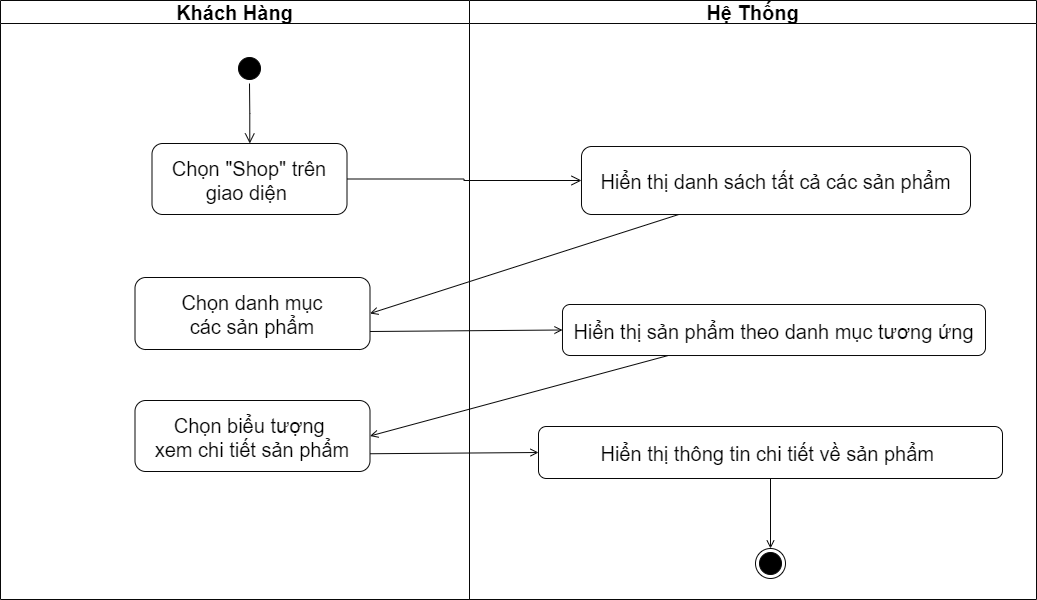
Before: SODO/HoatDong/XemSP.drawio.png, a diagram exported from draw.io (khuevotan/TaiCamRanh_DATN). Source tidied: cells renumbered, new cells last; positions are measured from the earlier drawing's top-left corner, leaving out a move shared by most shapes. The source it was exported from:
```xml
<mxGraphModel>
  <root>
    <mxCell id="0" />
    <mxCell id="1" parent="0" />
    <mxCell id="2" value="Khách Hàng" style="swimlane;whiteSpace=wrap;strokeColor=#080808;fontSize=20;" parent="1" vertex="1">
      <mxGeometry width="469" height="599" as="geometry" />
    </mxCell>
    <mxCell id="3" style="ellipse;shape=startState;fillColor=#000000;strokeColor=#080808;fontSize=20;" parent="2" vertex="1">
      <mxGeometry x="234" y="53" width="30" height="30" as="geometry" />
    </mxCell>
    <mxCell id="4" style="edgeStyle=elbowEdgeStyle;elbow=horizontal;verticalAlign=bottom;endArrow=open;endSize=8;strokeColor=#080808;endFill=1;rounded=0;fontSize=20;" parent="2" edge="1" source="3" target="5">
      <mxGeometry x="100" y="40" as="geometry" />
    </mxCell>
    <mxCell id="5" value="Chọn &quot;Shop&quot; trên &#10;giao diện " style="strokeColor=#080808;rounded=1;fontSize=20;" parent="2" vertex="1">
      <mxGeometry x="151.5" y="143" width="195" height="71" as="geometry" />
    </mxCell>
    <mxCell id="6" value="Chọn danh mục &#10;các sản phẩm" style="strokeColor=#080808;rounded=1;fontSize=20;" parent="2" vertex="1">
      <mxGeometry x="134.5" y="277" width="235" height="72" as="geometry" />
    </mxCell>
    <mxCell id="7" value="Chọn biểu tượng &#10;xem chi tiết sản phẩm" style="strokeColor=#080808;rounded=1;fontSize=20;" parent="2" vertex="1">
      <mxGeometry x="134.5" y="400" width="235" height="71" as="geometry" />
    </mxCell>
    <mxCell id="8" value="Hệ Thống" style="swimlane;whiteSpace=wrap;strokeColor=#080808;fontSize=20;" parent="1" vertex="1">
      <mxGeometry x="469" width="567" height="599" as="geometry" />
    </mxCell>
    <mxCell id="9" style="ellipse;shape=endState;fillColor=#000000;strokeColor=#080808;fontSize=20;" parent="8" vertex="1">
      <mxGeometry x="286" y="548" width="30" height="30" as="geometry" />
    </mxCell>
    <mxCell id="10" value="Hiển thị sản phẩm theo danh mục tương ứng" style="strokeColor=#080808;rounded=1;fontSize=20;" parent="8" vertex="1">
      <mxGeometry x="93" y="304" width="423" height="51" as="geometry" />
    </mxCell>
    <mxCell id="11" value="Hiển thị danh sách tất cả các sản phẩm" style="strokeColor=#080808;rounded=1;fontSize=20;" parent="8" vertex="1">
      <mxGeometry x="112" y="146" width="389" height="68" as="geometry" />
    </mxCell>
    <mxCell id="12" value="Hiển thị thông tin chi tiết về sản phẩm " style="strokeColor=#080808;rounded=1;fontSize=20;" parent="8" vertex="1">
      <mxGeometry x="69" y="426" width="464" height="52" as="geometry" />
    </mxCell>
    <mxCell id="13" style="edgeStyle=none;strokeColor=#080808;endArrow=open;endFill=1;rounded=0;fontSize=20;exitX=0.5;exitY=1;exitDx=0;exitDy=0;entryX=0.5;entryY=0;entryDx=0;entryDy=0;" parent="8" edge="1" source="12">
      <mxGeometry relative="1" as="geometry">
        <mxPoint x="301" y="548" as="targetPoint" />
      </mxGeometry>
    </mxCell>
    <mxCell id="14" style="edgeStyle=elbowEdgeStyle;elbow=horizontal;verticalAlign=bottom;endArrow=open;endSize=8;strokeColor=#080808;endFill=1;rounded=0;fontSize=20;entryX=0;entryY=0.5;entryDx=0;entryDy=0;exitX=1;exitY=0.5;exitDx=0;exitDy=0;" parent="1" edge="1" source="5" target="11">
      <mxGeometry x="110" y="50" as="geometry" />
    </mxCell>
    <mxCell id="15" style="endArrow=open;strokeColor=#080808;endFill=1;rounded=0;fontSize=20;entryX=1;entryY=0.5;entryDx=0;entryDy=0;exitX=0.25;exitY=1;exitDx=0;exitDy=0;" parent="1" edge="1" source="11" target="6">
      <mxGeometry relative="1" as="geometry" />
    </mxCell>
    <mxCell id="16" style="endArrow=open;strokeColor=#080808;endFill=1;rounded=0;fontSize=20;entryX=0;entryY=0.5;entryDx=0;entryDy=0;exitX=1;exitY=0.75;exitDx=0;exitDy=0;" parent="1" edge="1" source="6" target="10">
      <mxGeometry relative="1" as="geometry" />
    </mxCell>
    <mxCell id="17" style="endArrow=open;strokeColor=#080808;endFill=1;rounded=0;fontSize=20;entryX=1;entryY=0.5;entryDx=0;entryDy=0;exitX=0.25;exitY=1;exitDx=0;exitDy=0;" parent="1" edge="1" source="10" target="7">
      <mxGeometry relative="1" as="geometry" />
    </mxCell>
    <mxCell id="18" style="endArrow=open;strokeColor=#080808;endFill=1;rounded=0;fontSize=20;entryX=0;entryY=0.5;entryDx=0;entryDy=0;exitX=1;exitY=0.75;exitDx=0;exitDy=0;" parent="1" edge="1" source="7" target="12">
      <mxGeometry relative="1" as="geometry" />
    </mxCell>
  </root>
</mxGraphModel>
```
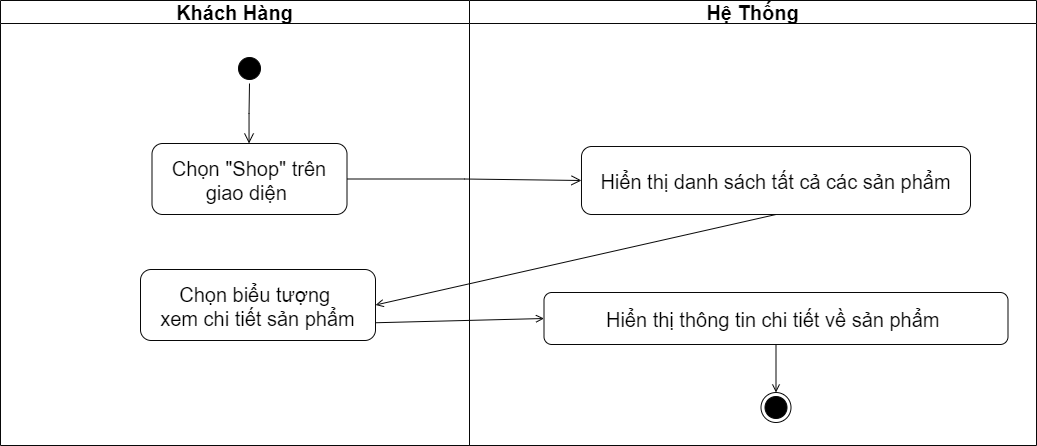
After the change.

What changed in the source:
```diff
@@ -3,7 +3,7 @@
     <mxCell id="0" />
     <mxCell id="1" parent="0" />
     <mxCell id="2" value="Khách Hàng" style="swimlane;whiteSpace=wrap;strokeColor=#080808;fontSize=20;" parent="1" vertex="1">
-      <mxGeometry width="469" height="599" as="geometry" />
+      <mxGeometry width="469" height="445" as="geometry" />
     </mxCell>
     <mxCell id="3" style="ellipse;shape=startState;fillColor=#000000;strokeColor=#080808;fontSize=20;" parent="2" vertex="1">
       <mxGeometry x="234" y="53" width="30" height="30" as="geometry" />
@@ -14,42 +14,28 @@
     <mxCell id="5" value="Chọn &quot;Shop&quot; trên &#10;giao diện " style="strokeColor=#080808;rounded=1;fontSize=20;" parent="2" vertex="1">
       <mxGeometry x="151.5" y="143" width="195" height="71" as="geometry" />
     </mxCell>
-    <mxCell id="6" value="Chọn danh mục &#10;các sản phẩm" style="strokeColor=#080808;rounded=1;fontSize=20;" parent="2" vertex="1">
-      <mxGeometry x="134.5" y="277" width="235" height="72" as="geometry" />
-    </mxCell>
     <mxCell id="7" value="Chọn biểu tượng &#10;xem chi tiết sản phẩm" style="strokeColor=#080808;rounded=1;fontSize=20;" parent="2" vertex="1">
-      <mxGeometry x="134.5" y="400" width="235" height="71" as="geometry" />
+      <mxGeometry x="140" y="269" width="235" height="71" as="geometry" />
     </mxCell>
     <mxCell id="8" value="Hệ Thống" style="swimlane;whiteSpace=wrap;strokeColor=#080808;fontSize=20;" parent="1" vertex="1">
-      <mxGeometry x="469" width="567" height="599" as="geometry" />
+      <mxGeometry x="469" width="567" height="445" as="geometry" />
     </mxCell>
-    <mxCell id="9" style="ellipse;shape=endState;fillColor=#000000;strokeColor=#080808;fontSize=20;" parent="8" vertex="1">
-      <mxGeometry x="286" y="548" width="30" height="30" as="geometry" />
-    </mxCell>
-    <mxCell id="10" value="Hiển thị sản phẩm theo danh mục tương ứng" style="strokeColor=#080808;rounded=1;fontSize=20;" parent="8" vertex="1">
-      <mxGeometry x="93" y="304" width="423" height="51" as="geometry" />
-    </mxCell>
     <mxCell id="11" value="Hiển thị danh sách tất cả các sản phẩm" style="strokeColor=#080808;rounded=1;fontSize=20;" parent="8" vertex="1">
       <mxGeometry x="112" y="146" width="389" height="68" as="geometry" />
     </mxCell>
     <mxCell id="12" value="Hiển thị thông tin chi tiết về sản phẩm " style="strokeColor=#080808;rounded=1;fontSize=20;" parent="8" vertex="1">
-      <mxGeometry x="69" y="426" width="464" height="52" as="geometry" />
+      <mxGeometry x="74.5" y="292" width="464" height="52" as="geometry" />
     </mxCell>
-    <mxCell id="13" style="edgeStyle=none;strokeColor=#080808;endArrow=open;endFill=1;rounded=0;fontSize=20;exitX=0.5;exitY=1;exitDx=0;exitDy=0;entryX=0.5;entryY=0;entryDx=0;entryDy=0;" parent="8" edge="1" source="12">
-      <mxGeometry relative="1" as="geometry">
-        <mxPoint x="301" y="548" as="targetPoint" />
-      </mxGeometry>
-    </mxCell>
+    <mxCell id="19" style="edgeStyle=none;strokeColor=#080808;endArrow=open;endFill=1;rounded=0;fontSize=20;exitX=0.5;exitY=1;exitDx=0;exitDy=0;entryX=0.5;entryY=0;entryDx=0;entryDy=0;" parent="8" edge="1" source="12" target="9">
+      <mxGeometry relative="1" as="geometry" />
+    </mxCell>
+    <mxCell id="9" style="ellipse;shape=endState;fillColor=#000000;strokeColor=#080808;fontSize=20;" parent="8" vertex="1">
+      <mxGeometry x="291.5" y="392" width="30" height="30" as="geometry" />
+    </mxCell>
     <mxCell id="14" style="edgeStyle=elbowEdgeStyle;elbow=horizontal;verticalAlign=bottom;endArrow=open;endSize=8;strokeColor=#080808;endFill=1;rounded=0;fontSize=20;entryX=0;entryY=0.5;entryDx=0;entryDy=0;exitX=1;exitY=0.5;exitDx=0;exitDy=0;" parent="1" edge="1" source="5" target="11">
       <mxGeometry x="110" y="50" as="geometry" />
     </mxCell>
-    <mxCell id="15" style="endArrow=open;strokeColor=#080808;endFill=1;rounded=0;fontSize=20;entryX=1;entryY=0.5;entryDx=0;entryDy=0;exitX=0.25;exitY=1;exitDx=0;exitDy=0;" parent="1" edge="1" source="11" target="6">
-      <mxGeometry relative="1" as="geometry" />
-    </mxCell>
-    <mxCell id="16" style="endArrow=open;strokeColor=#080808;endFill=1;rounded=0;fontSize=20;entryX=0;entryY=0.5;entryDx=0;entryDy=0;exitX=1;exitY=0.75;exitDx=0;exitDy=0;" parent="1" edge="1" source="6" target="10">
-      <mxGeometry relative="1" as="geometry" />
-    </mxCell>
-    <mxCell id="17" style="endArrow=open;strokeColor=#080808;endFill=1;rounded=0;fontSize=20;entryX=1;entryY=0.5;entryDx=0;entryDy=0;exitX=0.25;exitY=1;exitDx=0;exitDy=0;" parent="1" edge="1" source="10" target="7">
+    <mxCell id="17" style="endArrow=open;strokeColor=#080808;endFill=1;rounded=0;fontSize=20;entryX=1;entryY=0.5;entryDx=0;entryDy=0;exitX=0.5;exitY=1;exitDx=0;exitDy=0;" parent="1" edge="1" source="11" target="7">
       <mxGeometry relative="1" as="geometry" />
     </mxCell>
     <mxCell id="18" style="endArrow=open;strokeColor=#080808;endFill=1;rounded=0;fontSize=20;entryX=0;entryY=0.5;entryDx=0;entryDy=0;exitX=1;exitY=0.75;exitDx=0;exitDy=0;" parent="1" edge="1" source="7" target="12">
```
